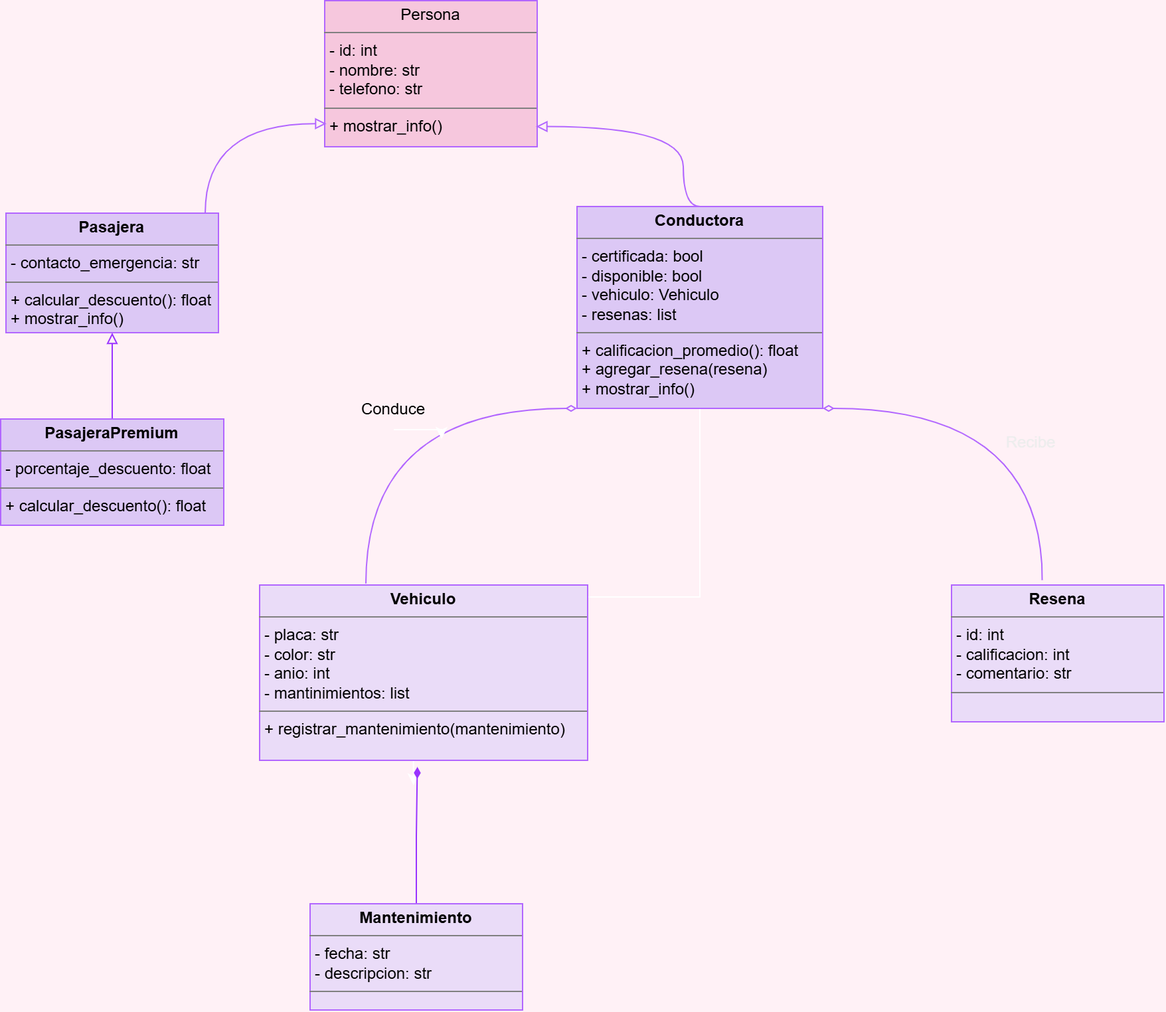
Above: docs/Personas.png in DanielaZapata/Yany (draw.io), before the change. Source tidied: cells renumbered, new cells last; positions are measured from the earlier drawing's top-left corner, leaving out a move shared by most shapes. Its diagram source:
```xml
<mxGraphModel background="light-dark(#FFFFFF,#FFF1F6)">
  <root>
    <mxCell id="0" />
    <mxCell id="1" parent="0" />
    <mxCell id="2" value="&lt;p style=&quot;margin:0px;margin-top:4px;text-align:center;&quot;&gt;Persona&lt;br&gt;&lt;/p&gt;&lt;hr size=&quot;1&quot; style=&quot;border-style:solid;&quot;&gt;&lt;p style=&quot;margin:0px;margin-left:4px;&quot;&gt;- id: int&lt;/p&gt;&lt;p style=&quot;margin:0px;margin-left:4px;&quot;&gt;- nombre: str&lt;/p&gt;&lt;p style=&quot;margin:0px;margin-left:4px;&quot;&gt;- telefono: str&lt;/p&gt;&lt;hr size=&quot;1&quot; style=&quot;border-style:solid;&quot;&gt;&lt;p style=&quot;margin:0px;margin-left:4px;&quot;&gt;+ mostrar_info()&lt;/p&gt;" style="verticalAlign=top;align=left;overflow=fill;html=1;whiteSpace=wrap;fontColor=light-dark(#FFFFFF,#000000);fillColor=light-dark(#FFFFFF,#F6C7DD);strokeColor=light-dark(#000000,#B266FF);" parent="1" vertex="1">
      <mxGeometry x="244" width="160" height="110" as="geometry" />
    </mxCell>
    <mxCell id="3" value="&lt;p style=&quot;margin:0px;margin-top:4px;text-align:center;&quot;&gt;&lt;b&gt;Pasajera&lt;/b&gt;&lt;/p&gt;&lt;hr size=&quot;1&quot; style=&quot;border-style:solid;&quot;&gt;&lt;p style=&quot;margin:0px;margin-left:4px;&quot;&gt;- contacto_emergencia: str&lt;/p&gt;&lt;hr size=&quot;1&quot; style=&quot;border-style:solid;&quot;&gt;&lt;p style=&quot;margin:0px;margin-left:4px;&quot;&gt;+ calcular_descuento(): float&lt;/p&gt;&lt;p style=&quot;margin:0px;margin-left:4px;&quot;&gt;+ mostrar_info()&lt;/p&gt;" style="verticalAlign=top;align=left;overflow=fill;html=1;whiteSpace=wrap;fontColor=light-dark(#FFFFFF,#000000);fillColor=light-dark(#FFFFFF,#DCC8F5);strokeColor=light-dark(#000000,#B266FF);" parent="1" vertex="1">
      <mxGeometry x="4" y="160" width="160" height="90" as="geometry" />
    </mxCell>
    <mxCell id="4" style="edgeStyle=orthogonalEdgeStyle;rounded=0;jettySize=auto;html=1;entryX=0.008;entryY=0.842;entryDx=0;entryDy=0;entryPerimeter=0;curved=1;curveGeometry=1;strokeColor=light-dark(#000000,#B266FF);endArrow=block;endFill=0;" parent="1" edge="1" source="3" target="2">
      <mxGeometry x="0.01" relative="1" as="geometry">
        <Array as="points">
          <mxPoint x="154" y="92.6" />
        </Array>
      </mxGeometry>
    </mxCell>
    <mxCell id="5" style="edgeStyle=orthogonalEdgeStyle;rounded=0;jettySize=auto;html=1;curved=1;curveGeometry=1;exitX=0.5;exitY=0;exitDx=0;exitDy=0;strokeColor=light-dark(#000000,#B266FF);endArrow=block;endFill=0;" parent="1" edge="1" source="7">
      <mxGeometry x="0.34" relative="1" as="geometry">
        <mxPoint x="403.2" y="94.8" as="targetPoint" />
        <Array as="points">
          <mxPoint x="514" y="155" />
          <mxPoint x="514" y="94.8" />
        </Array>
      </mxGeometry>
    </mxCell>
    <mxCell id="6" style="edgeStyle=orthogonalEdgeStyle;rounded=0;jettySize=auto;html=1;exitX=0.5;exitY=1;exitDx=0;exitDy=0;" parent="1" edge="1" source="7">
      <mxGeometry relative="1" as="geometry">
        <mxPoint x="310.9" y="590.9" as="targetPoint" />
      </mxGeometry>
    </mxCell>
    <mxCell id="7" value="&lt;p style=&quot;margin:0px;margin-top:4px;text-align:center;&quot;&gt;&lt;b&gt;Conductora&lt;/b&gt;&lt;/p&gt;&lt;hr size=&quot;1&quot; style=&quot;border-style:solid;&quot;&gt;&lt;p style=&quot;margin:0px;margin-left:4px;&quot;&gt;- certificada: bool&lt;/p&gt;&lt;p style=&quot;margin:0px;margin-left:4px;&quot;&gt;- disponible: bool&lt;/p&gt;&lt;p style=&quot;margin:0px;margin-left:4px;&quot;&gt;- vehiculo: Vehiculo&lt;/p&gt;&lt;p style=&quot;margin:0px;margin-left:4px;&quot;&gt;- resenas: list&lt;/p&gt;&lt;hr size=&quot;1&quot; style=&quot;border-style:solid;&quot;&gt;&lt;p style=&quot;margin:0px;margin-left:4px;&quot;&gt;+ calificacion_promedio(): float&amp;nbsp;&lt;/p&gt;&lt;p style=&quot;margin:0px;margin-left:4px;&quot;&gt;+ agregar_resena(resena)&lt;/p&gt;&lt;p style=&quot;margin:0px;margin-left:4px;&quot;&gt;+ mostrar_info()&lt;/p&gt;" style="verticalAlign=top;align=left;overflow=fill;html=1;whiteSpace=wrap;fillColor=light-dark(#FFFFFF,#DCC8F5);fontColor=light-dark(#FFFFFF,#000000);strokeColor=light-dark(#000000,#B266FF);" parent="1" vertex="1">
      <mxGeometry x="434" y="155" width="185" height="152" as="geometry" />
    </mxCell>
    <mxCell id="8" style="edgeStyle=orthogonalEdgeStyle;rounded=0;jettySize=auto;html=1;curved=1;curveGeometry=1;strokeColor=light-dark(#000000,#B266FF);endArrow=diamondThin;endFill=0;entryX=0;entryY=1;entryDx=0;entryDy=0;" parent="1" edge="1" target="7">
      <mxGeometry relative="1" as="geometry">
        <mxPoint x="275" y="438.9" as="sourcePoint" />
        <Array as="points">
          <mxPoint x="275" y="307" />
        </Array>
      </mxGeometry>
    </mxCell>
    <mxCell id="9" value="&lt;p style=&quot;margin:0px;margin-top:4px;text-align:center;&quot;&gt;&lt;b style=&quot;color: light-dark(rgb(0, 0, 0), rgb(0, 0, 0));&quot;&gt;Vehiculo&lt;/b&gt;&lt;/p&gt;&lt;hr size=&quot;1&quot; style=&quot;border-style:solid;&quot;&gt;&lt;p style=&quot;margin:0px;margin-left:4px;&quot;&gt;&lt;span style=&quot;color: light-dark(rgb(0, 0, 0), rgb(0, 0, 0));&quot;&gt;- placa: str&amp;nbsp;&lt;/span&gt;&lt;/p&gt;&lt;p style=&quot;margin:0px;margin-left:4px;&quot;&gt;&lt;span style=&quot;color: light-dark(rgb(0, 0, 0), rgb(0, 0, 0));&quot;&gt;- color: str&amp;nbsp;&lt;/span&gt;&lt;/p&gt;&lt;p style=&quot;margin:0px;margin-left:4px;&quot;&gt;&lt;span style=&quot;color: light-dark(rgb(0, 0, 0), rgb(0, 0, 0));&quot;&gt;- anio: int&lt;/span&gt;&lt;/p&gt;&lt;p style=&quot;margin:0px;margin-left:4px;&quot;&gt;&lt;span style=&quot;color: light-dark(rgb(0, 0, 0), rgb(0, 0, 0));&quot;&gt;- mantinimientos: list&lt;/span&gt;&lt;/p&gt;&lt;hr size=&quot;1&quot; style=&quot;border-style:solid;&quot;&gt;&lt;p style=&quot;margin:0px;margin-left:4px;&quot;&gt;&lt;span style=&quot;color: light-dark(rgb(0, 0, 0), rgb(0, 0, 0));&quot;&gt;+ registrar_mantenimiento(mantenimiento)&lt;/span&gt;&lt;/p&gt;" style="verticalAlign=top;align=left;overflow=fill;html=1;whiteSpace=wrap;fontColor=#ffffff;fillColor=light-dark(#E51400,#EADCF8);strokeColor=light-dark(#B20000,#B266FF);gradientColor=none;" parent="1" vertex="1">
      <mxGeometry x="195" y="440" width="247" height="132" as="geometry" />
    </mxCell>
    <mxCell id="10" style="edgeStyle=orthogonalEdgeStyle;rounded=0;jettySize=auto;html=1;endArrow=diamondThin;endFill=1;strokeColor=light-dark(#000000,#9933FF);" parent="1" edge="1" source="11">
      <mxGeometry relative="1" as="geometry">
        <mxPoint x="313.8" y="577" as="targetPoint" />
      </mxGeometry>
    </mxCell>
    <mxCell id="11" value="&lt;p style=&quot;margin:0px;margin-top:4px;text-align:center;&quot;&gt;&lt;b&gt;Mantenimiento&lt;/b&gt;&lt;/p&gt;&lt;hr size=&quot;1&quot; style=&quot;border-style:solid;&quot;&gt;&lt;p style=&quot;margin:0px;margin-left:4px;&quot;&gt;- fecha: str&lt;/p&gt;&lt;p style=&quot;margin:0px;margin-left:4px;&quot;&gt;-&amp;nbsp;&lt;span style=&quot;background-color: transparent;&quot;&gt;descripcion: str&lt;/span&gt;&lt;/p&gt;&lt;hr size=&quot;1&quot; style=&quot;border-style:solid;&quot;&gt;&lt;p style=&quot;margin:0px;margin-left:4px;&quot;&gt;&lt;br&gt;&lt;/p&gt;" style="verticalAlign=top;align=left;overflow=fill;html=1;whiteSpace=wrap;fillColor=light-dark(#FFFFFF,#EADCF8);fontColor=light-dark(#000000,#000000);strokeColor=light-dark(#000000,#B266FF);" parent="1" vertex="1">
      <mxGeometry x="233" y="680" width="160" height="80" as="geometry" />
    </mxCell>
    <mxCell id="12" value="&lt;p style=&quot;margin:0px;margin-top:4px;text-align:center;&quot;&gt;&lt;b style=&quot;color: light-dark(rgb(0, 0, 0), rgb(0, 0, 0));&quot;&gt;Resena&lt;/b&gt;&lt;/p&gt;&lt;hr size=&quot;1&quot; style=&quot;border-style:solid;&quot;&gt;&lt;p style=&quot;margin:0px;margin-left:4px;&quot;&gt;&lt;span style=&quot;color: light-dark(rgb(0, 0, 0), rgb(0, 0, 0));&quot;&gt;- id: int&lt;/span&gt;&lt;/p&gt;&lt;p style=&quot;margin:0px;margin-left:4px;&quot;&gt;&lt;span style=&quot;color: light-dark(rgb(0, 0, 0), rgb(0, 0, 0));&quot;&gt;- calificacion: int&lt;/span&gt;&lt;/p&gt;&lt;p style=&quot;margin:0px;margin-left:4px;&quot;&gt;&lt;span style=&quot;color: light-dark(rgb(0, 0, 0), rgb(0, 0, 0));&quot;&gt;- comentario: str&lt;/span&gt;&lt;/p&gt;&lt;hr size=&quot;1&quot; style=&quot;border-style:solid;&quot;&gt;&lt;p style=&quot;margin:0px;margin-left:4px;&quot;&gt;&lt;br&gt;&lt;/p&gt;" style="verticalAlign=top;align=left;overflow=fill;html=1;whiteSpace=wrap;fillColor=light-dark(#D80073,#EADCF8);fontColor=light-dark(#000000,#000000);strokeColor=light-dark(#A50040,#B266FF);" parent="1" vertex="1">
      <mxGeometry x="716" y="440" width="160" height="103" as="geometry" />
    </mxCell>
    <mxCell id="13" style="edgeStyle=orthogonalEdgeStyle;rounded=0;jettySize=auto;html=1;entryX=1;entryY=1;entryDx=0;entryDy=0;curved=1;curveGeometry=1;strokeColor=light-dark(#000000,#B266FF);endArrow=diamondThin;endFill=0;" parent="1" edge="1" target="7">
      <mxGeometry x="-0.07" relative="1" as="geometry">
        <mxPoint x="784.3" y="436.2" as="sourcePoint" />
        <Array as="points">
          <mxPoint x="784.3" y="307" />
        </Array>
      </mxGeometry>
    </mxCell>
    <mxCell id="14" style="edgeStyle=orthogonalEdgeStyle;rounded=0;jettySize=auto;html=1;entryX=0.5;entryY=1;entryDx=0;entryDy=0;strokeColor=light-dark(#000000,#9933FF);endArrow=block;endFill=0;" parent="1" edge="1" source="15" target="3">
      <mxGeometry x="-0.31" relative="1" as="geometry" />
    </mxCell>
    <mxCell id="15" value="&lt;p style=&quot;margin:0px;margin-top:4px;text-align:center;&quot;&gt;&lt;b&gt;PasajeraPremium&lt;/b&gt;&lt;/p&gt;&lt;hr size=&quot;1&quot; style=&quot;border-style:solid;&quot;&gt;&lt;p style=&quot;margin:0px;margin-left:4px;&quot;&gt;- porcentaje_descuento: float&lt;/p&gt;&lt;hr size=&quot;1&quot; style=&quot;border-style:solid;&quot;&gt;&lt;p style=&quot;margin:0px;margin-left:4px;&quot;&gt;+ calcular_descuento(): float&lt;/p&gt;" style="verticalAlign=top;align=left;overflow=fill;html=1;whiteSpace=wrap;fontColor=light-dark(#FFFFFF,#000000);fillColor=light-dark(#FFFFFF,#DCC8F5);strokeColor=light-dark(#000000,#B266FF);" parent="1" vertex="1">
      <mxGeometry y="315" width="168" height="80" as="geometry" />
    </mxCell>
    <mxCell id="16" style="edgeStyle=orthogonalEdgeStyle;rounded=0;jettySize=auto;html=1;exitX=0.5;exitY=1;exitDx=0;exitDy=0;" parent="1" edge="1" source="17">
      <mxGeometry relative="1" as="geometry">
        <mxPoint x="332" y="330" as="targetPoint" />
      </mxGeometry>
    </mxCell>
    <mxCell id="17" value="&lt;span style=&quot;color: light-dark(rgb(0, 0, 0), rgb(0, 0, 0));&quot;&gt;Conduce&lt;/span&gt;" style="text;html=1;whiteSpace=wrap;strokeColor=none;fillColor=none;align=center;verticalAlign=middle;rounded=0;" parent="1" vertex="1">
      <mxGeometry x="266" y="293" width="60" height="30" as="geometry" />
    </mxCell>
    <mxCell id="18" value="&lt;font color=&quot;#000000&quot;&gt;Recibe&lt;/font&gt;" style="text;html=1;whiteSpace=wrap;strokeColor=none;fillColor=none;align=center;verticalAlign=middle;rounded=0;" parent="1" vertex="1">
      <mxGeometry x="746" y="318" width="60" height="30" as="geometry" />
    </mxCell>
  </root>
</mxGraphModel>
```
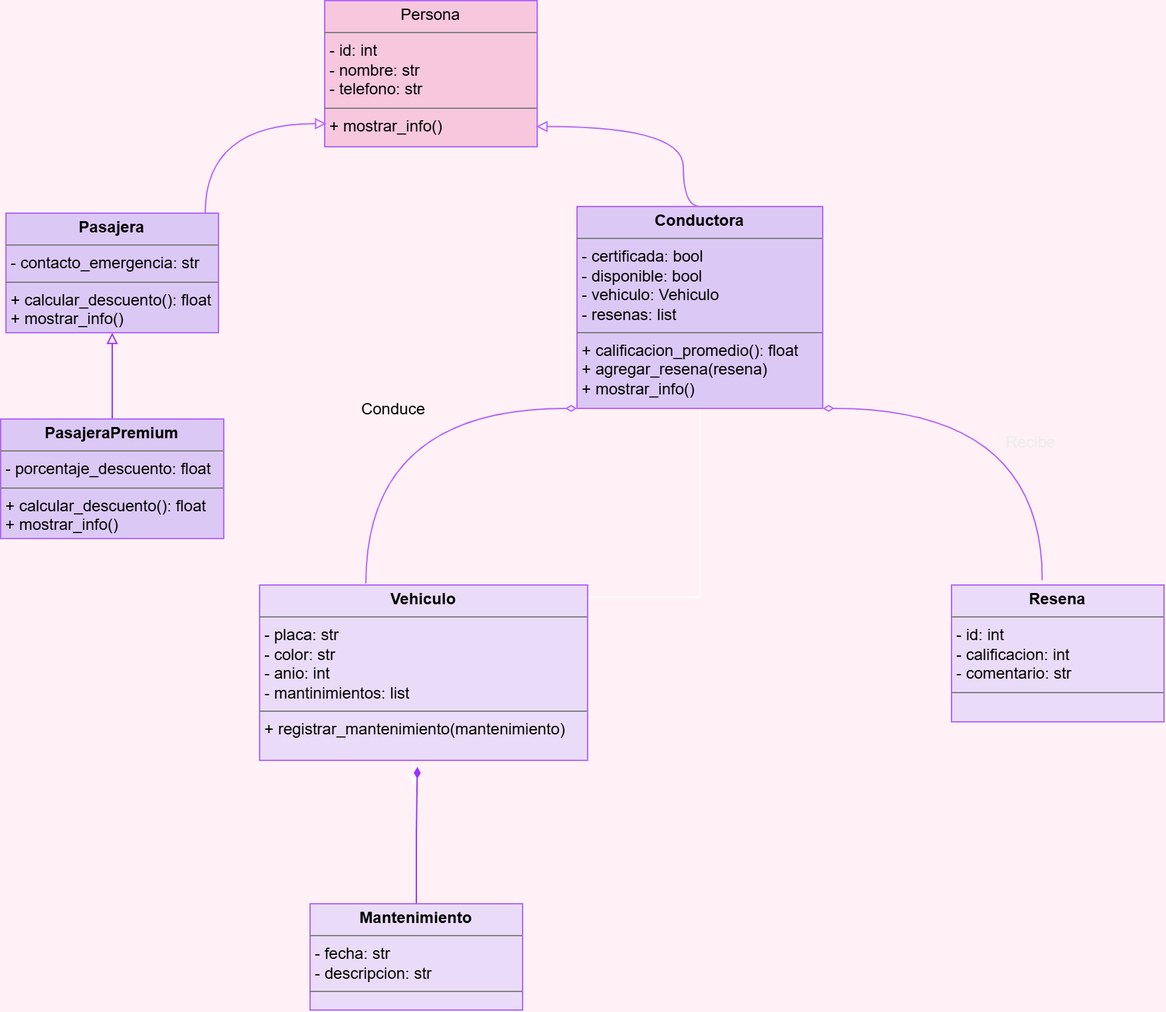
Later version of the same file.

Commit message:
Actualizo la documentación

Change to the diagram source:
```diff
@@ -65,14 +65,9 @@
     <mxCell id="14" style="edgeStyle=orthogonalEdgeStyle;rounded=0;jettySize=auto;html=1;entryX=0.5;entryY=1;entryDx=0;entryDy=0;strokeColor=light-dark(#000000,#9933FF);endArrow=block;endFill=0;" parent="1" edge="1" source="15" target="3">
       <mxGeometry x="-0.31" relative="1" as="geometry" />
     </mxCell>
-    <mxCell id="15" value="&lt;p style=&quot;margin:0px;margin-top:4px;text-align:center;&quot;&gt;&lt;b&gt;PasajeraPremium&lt;/b&gt;&lt;/p&gt;&lt;hr size=&quot;1&quot; style=&quot;border-style:solid;&quot;&gt;&lt;p style=&quot;margin:0px;margin-left:4px;&quot;&gt;- porcentaje_descuento: float&lt;/p&gt;&lt;hr size=&quot;1&quot; style=&quot;border-style:solid;&quot;&gt;&lt;p style=&quot;margin:0px;margin-left:4px;&quot;&gt;+ calcular_descuento(): float&lt;/p&gt;" style="verticalAlign=top;align=left;overflow=fill;html=1;whiteSpace=wrap;fontColor=light-dark(#FFFFFF,#000000);fillColor=light-dark(#FFFFFF,#DCC8F5);strokeColor=light-dark(#000000,#B266FF);" parent="1" vertex="1">
-      <mxGeometry y="315" width="168" height="80" as="geometry" />
+    <mxCell id="15" value="&lt;p style=&quot;margin:0px;margin-top:4px;text-align:center;&quot;&gt;&lt;b&gt;PasajeraPremium&lt;/b&gt;&lt;/p&gt;&lt;hr size=&quot;1&quot; style=&quot;border-style:solid;&quot;&gt;&lt;p style=&quot;margin:0px;margin-left:4px;&quot;&gt;- porcentaje_descuento: float&lt;/p&gt;&lt;hr size=&quot;1&quot; style=&quot;border-style:solid;&quot;&gt;&lt;p style=&quot;margin:0px;margin-left:4px;&quot;&gt;+ calcular_descuento(): float&lt;/p&gt;&lt;p style=&quot;margin:0px;margin-left:4px;&quot;&gt;+ mostrar_info()&amp;nbsp;&lt;/p&gt;" style="verticalAlign=top;align=left;overflow=fill;html=1;whiteSpace=wrap;fontColor=light-dark(#FFFFFF,#000000);fillColor=light-dark(#FFFFFF,#DCC8F5);strokeColor=light-dark(#000000,#B266FF);" parent="1" vertex="1">
+      <mxGeometry y="315" width="168" height="90" as="geometry" />
     </mxCell>
-    <mxCell id="16" style="edgeStyle=orthogonalEdgeStyle;rounded=0;jettySize=auto;html=1;exitX=0.5;exitY=1;exitDx=0;exitDy=0;" parent="1" edge="1" source="17">
-      <mxGeometry relative="1" as="geometry">
-        <mxPoint x="332" y="330" as="targetPoint" />
-      </mxGeometry>
-    </mxCell>
     <mxCell id="17" value="&lt;span style=&quot;color: light-dark(rgb(0, 0, 0), rgb(0, 0, 0));&quot;&gt;Conduce&lt;/span&gt;" style="text;html=1;whiteSpace=wrap;strokeColor=none;fillColor=none;align=center;verticalAlign=middle;rounded=0;" parent="1" vertex="1">
       <mxGeometry x="266" y="293" width="60" height="30" as="geometry" />
     </mxCell>
```
